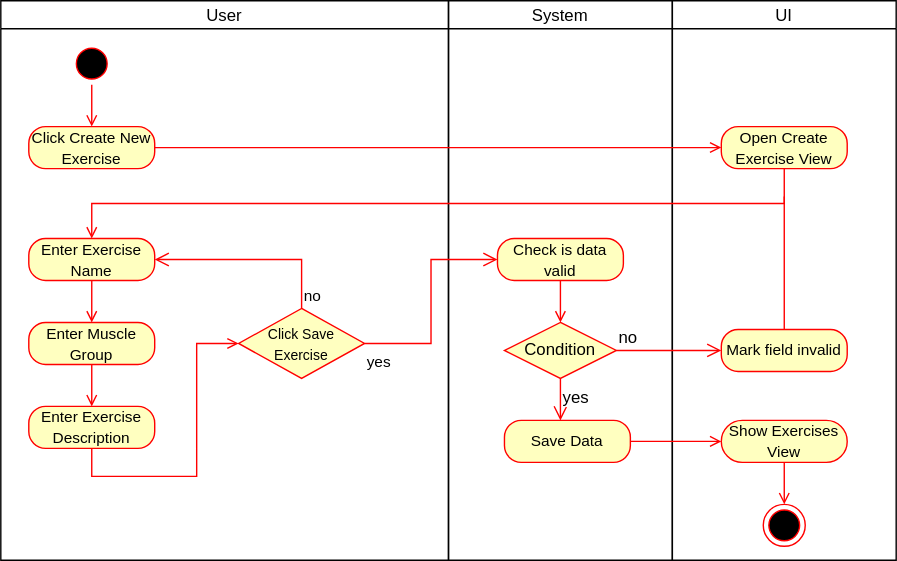
Earlier version of the draw.io export Create_Exercise.drawio.svg (willizielke/FitnessWebAppDocumentation). Source tidied: cells renumbered, new cells last; positions are measured from the earlier drawing's top-left corner, leaving out a move shared by most shapes.
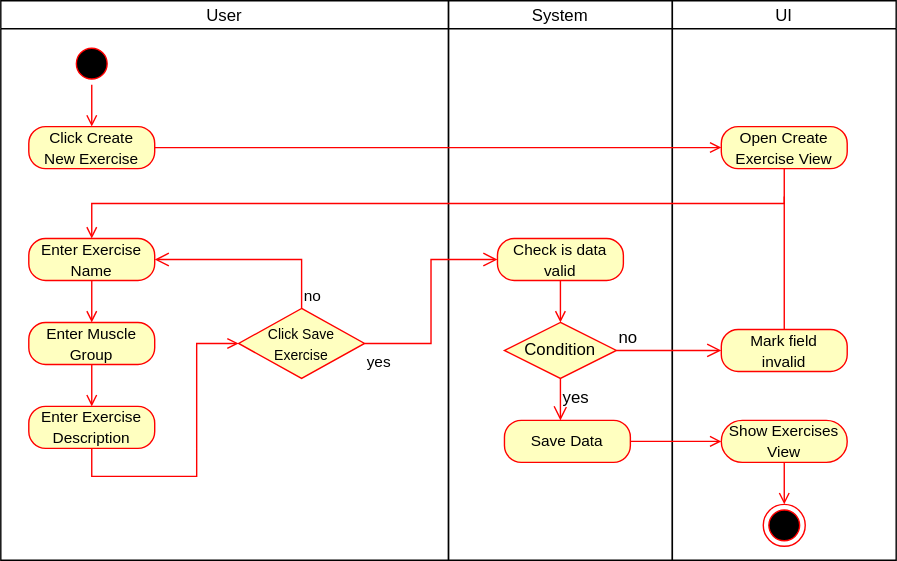
The same file after the commit.

Change to the diagram source:
```diff
@@ -20,7 +20,7 @@
     <mxCell id="7" style="edgeStyle=orthogonalEdgeStyle;rounded=0;jettySize=auto;html=1;exitX=1;exitY=0.5;exitDx=0;exitDy=0;entryX=0;entryY=0.5;entryDx=0;entryDy=0;strokeColor=#FF0000;endArrow=open;endFill=0;" parent="1" edge="1" source="8" target="10">
       <mxGeometry relative="1" as="geometry" />
     </mxCell>
-    <mxCell id="8" value="&lt;font style=&quot;font-size: 11px;&quot;&gt;Click Create New Exercise&lt;/font&gt;" style="rounded=1;whiteSpace=wrap;html=1;arcSize=40;fontColor=#000000;fillColor=#ffffc0;strokeColor=#ff0000;shadow=0;glass=0;sketch=0;fillStyle=auto;" parent="1" vertex="1">
+    <mxCell id="8" value="&lt;font style=&quot;font-size: 11px;&quot;&gt;Click Create &lt;br&gt;New Exercise&lt;/font&gt;" style="rounded=1;whiteSpace=wrap;html=1;arcSize=40;fontColor=#000000;fillColor=#ffffc0;strokeColor=#ff0000;shadow=0;glass=0;sketch=0;fillStyle=auto;" parent="1" vertex="1">
       <mxGeometry x="20" y="90" width="90" height="30" as="geometry" />
     </mxCell>
     <mxCell id="9" style="edgeStyle=orthogonalEdgeStyle;rounded=0;jettySize=auto;html=1;exitX=0.5;exitY=1;exitDx=0;exitDy=0;entryX=0.5;entryY=0;entryDx=0;entryDy=0;strokeColor=#FF0000;endArrow=open;endFill=0;" parent="1" edge="1" source="10" target="12">
@@ -82,7 +82,7 @@
         <mxPoint x="560" y="140" as="targetPoint" />
       </mxGeometry>
     </mxCell>
-    <mxCell id="26" value="&lt;font style=&quot;font-size: 11px;&quot;&gt;Mark field invalid&lt;/font&gt;" style="rounded=1;whiteSpace=wrap;html=1;arcSize=40;fontColor=#000000;fillColor=#ffffc0;strokeColor=#ff0000;shadow=0;glass=0;sketch=0;fillStyle=auto;" parent="1" vertex="1">
+    <mxCell id="26" value="&lt;font style=&quot;font-size: 11px;&quot;&gt;Mark field &lt;br&gt;invalid&lt;/font&gt;" style="rounded=1;whiteSpace=wrap;html=1;arcSize=40;fontColor=#000000;fillColor=#ffffc0;strokeColor=#ff0000;shadow=0;glass=0;sketch=0;fillStyle=auto;" parent="1" vertex="1">
       <mxGeometry x="515" y="235" width="90" height="30" as="geometry" />
     </mxCell>
     <mxCell id="27" style="edgeStyle=orthogonalEdgeStyle;rounded=0;jettySize=auto;html=1;exitX=1;exitY=0.5;exitDx=0;exitDy=0;entryX=0;entryY=0.5;entryDx=0;entryDy=0;strokeColor=#FF0000;fontSize=12;endArrow=open;endFill=0;" parent="1" edge="1" source="28" target="30">
```
